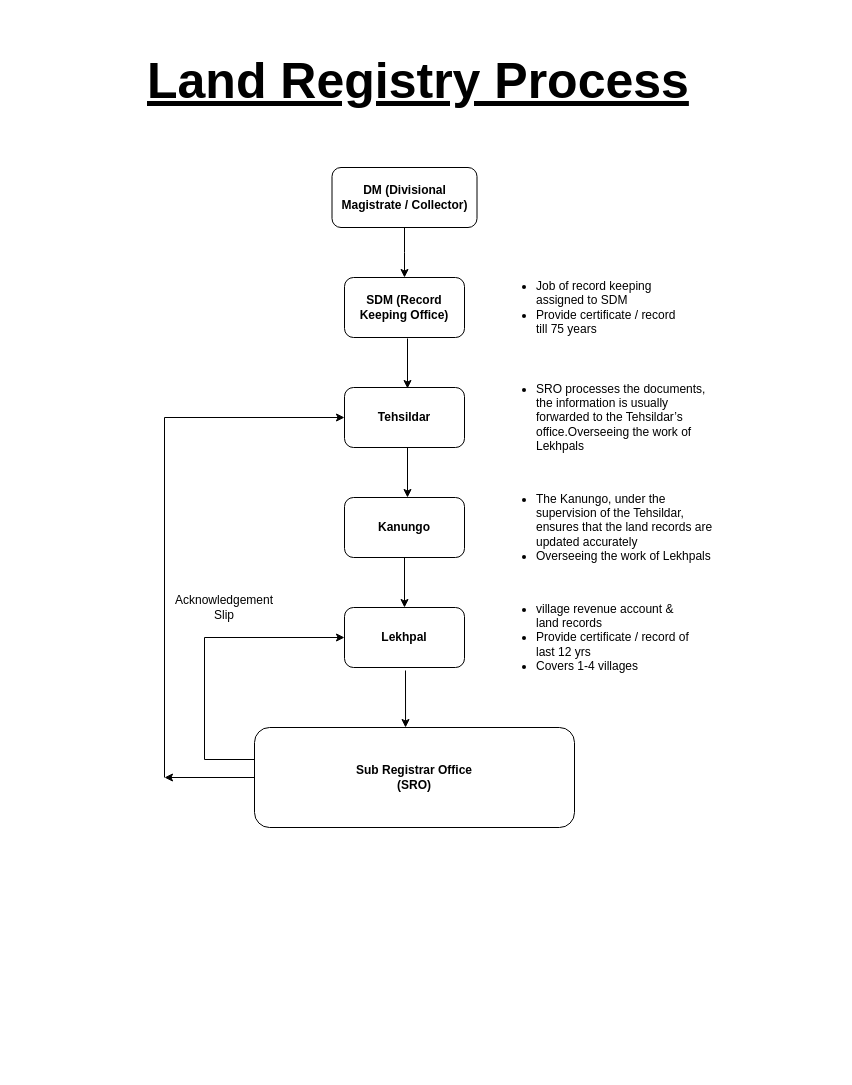
Above: page "Land Registry" (3 of 3) of Carbon Diagram.drawio in Kreeptonium/API_UsingNode (draw.io), before the change. Source tidied: cells renumbered, new cells numbered last; positions are measured from the earlier drawing's top-left corner, leaving out a move shared by most shapes. Both pictures are drawn from the tidied source at 100%, with x=0, y=0 at pixel (142, 27).
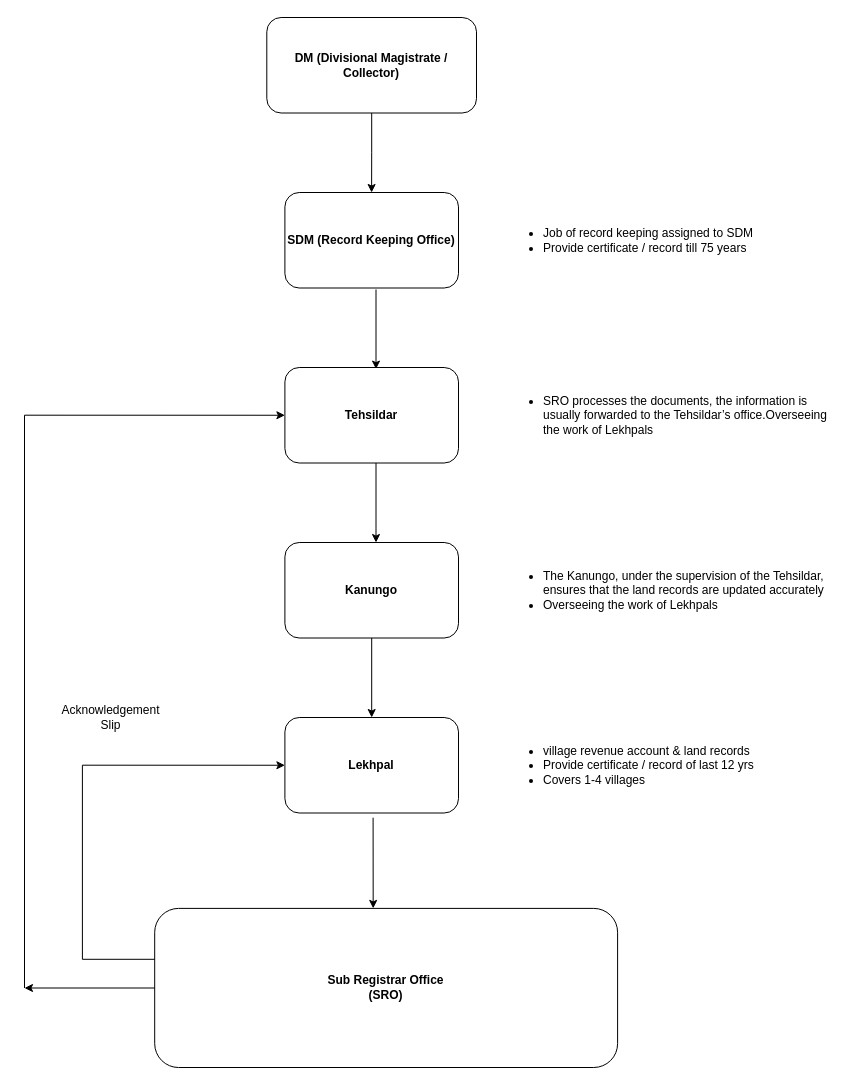
Above is the later version.

Diff of the diagram source:
```diff
@@
+    <mxCell id="22" style="group;" parent="1" vertex="1">
+      <mxGeometry x="-118" y="-10" width="810" height="1050" as="geometry" />
+    </mxCell>
-    <mxCell id="2" style="edgeStyle=orthogonalEdgeStyle;rounded=0;orthogonalLoop=1;jettySize=auto;html=1;" parent="1" edge="1">
+    <mxCell id="2" style="edgeStyle=orthogonalEdgeStyle;rounded=0;orthogonalLoop=1;jettySize=auto;html=1;" parent="22" edge="1">
       <mxGeometry relative="1" as="geometry">
-        <mxPoint x="265" y="420" as="sourcePoint" />
-        <mxPoint x="265" y="470" as="targetPoint" />
+        <mxPoint x="351.5" y="445.5" as="sourcePoint" />
+        <mxPoint x="351.5" y="525" as="targetPoint" />
       </mxGeometry>
     </mxCell>
-    <mxCell id="3" value="Tehsildar" style="rounded=1;whiteSpace=wrap;html=1;fontStyle=1;" parent="1" vertex="1">
-      <mxGeometry x="202" y="360" width="120" height="60" as="geometry" />
+    <mxCell id="3" value="Tehsildar" style="rounded=1;whiteSpace=wrap;html=1;fontStyle=1;" parent="22" vertex="1">
+      <mxGeometry x="260.4" y="350" width="173.6" height="95.5" as="geometry" />
     </mxCell>
-    <mxCell id="4" style="edgeStyle=orthogonalEdgeStyle;rounded=0;jettySize=auto;html=1;" parent="1" edge="1" source="5" target="12">
-      <mxGeometry relative="1" as="geometry" />
-    </mxCell>
-    <mxCell id="5" value="Kanungo" style="rounded=1;whiteSpace=wrap;html=1;fontStyle=1;" parent="1" vertex="1">
-      <mxGeometry x="202" y="470" width="120" height="60" as="geometry" />
+    <mxCell id="5" value="Kanungo" style="rounded=1;whiteSpace=wrap;html=1;fontStyle=1;" parent="22" vertex="1">
+      <mxGeometry x="260.4" y="525" width="173.6" height="95.5" as="geometry" />
     </mxCell>
-    <mxCell id="6" style="edgeStyle=orthogonalEdgeStyle;rounded=0;jettySize=auto;html=1;" parent="1" edge="1" source="7">
+    <mxCell id="6" style="edgeStyle=orthogonalEdgeStyle;rounded=0;jettySize=auto;html=1;" parent="22" edge="1" source="7">
       <mxGeometry relative="1" as="geometry">
-        <mxPoint x="262" y="250" as="targetPoint" />
+        <mxPoint x="347.1" y="175" as="targetPoint" />
       </mxGeometry>
     </mxCell>
-    <mxCell id="7" value="DM (Divisional Magistrate / Collector)" style="rounded=1;whiteSpace=wrap;html=1;fontStyle=1;" parent="1" vertex="1">
-      <mxGeometry x="189.5" y="140" width="145" height="60" as="geometry" />
+    <mxCell id="7" value="DM (Divisional Magistrate / Collector)" style="rounded=1;whiteSpace=wrap;html=1;fontStyle=1;" parent="22" vertex="1">
+      <mxGeometry x="242.3" width="209.7" height="95.5" as="geometry" />
     </mxCell>
-    <mxCell id="8" value="SDM (Record Keeping Office)" style="whiteSpace=wrap;html=1;rounded=1;fontStyle=1;" parent="1" vertex="1">
-      <mxGeometry x="202" y="250" width="120" height="60" as="geometry" />
+    <mxCell id="8" value="SDM (Record Keeping Office)" style="whiteSpace=wrap;html=1;rounded=1;fontStyle=1;" parent="22" vertex="1">
+      <mxGeometry x="260.4" y="175" width="173.6" height="95.5" as="geometry" />
     </mxCell>
-    <mxCell id="9" value="&lt;ul&gt;&lt;li&gt;Job of record keeping assigned to SDM&lt;/li&gt;&lt;li&gt;Provide certificate / record till 75 years&lt;/li&gt;&lt;/ul&gt;" style="text;html=1;strokeColor=none;fillColor=none;align=left;verticalAlign=middle;whiteSpace=wrap;rounded=0;" parent="1" vertex="1">
-      <mxGeometry x="352" y="265" width="190" height="30" as="geometry" />
+    <mxCell id="9" value="&lt;ul&gt;&lt;li&gt;Job of record keeping assigned to SDM&lt;/li&gt;&lt;li&gt;Provide certificate / record till 75 years&lt;/li&gt;&lt;/ul&gt;" style="text;html=1;strokeColor=none;fillColor=none;align=left;verticalAlign=middle;whiteSpace=wrap;rounded=0;" parent="22" vertex="1">
+      <mxGeometry x="477.3" y="198.9" width="274.8" height="47.7" as="geometry" />
     </mxCell>
-    <mxCell id="10" style="edgeStyle=orthogonalEdgeStyle;rounded=0;orthogonalLoop=1;jettySize=auto;html=1;" parent="1" edge="1">
+    <mxCell id="10" style="edgeStyle=orthogonalEdgeStyle;rounded=0;orthogonalLoop=1;jettySize=auto;html=1;" parent="22" edge="1">
       <mxGeometry relative="1" as="geometry">
-        <mxPoint x="265" y="311" as="sourcePoint" />
-        <mxPoint x="265" y="361" as="targetPoint" />
+        <mxPoint x="351.5" y="272" as="sourcePoint" />
+        <mxPoint x="351.5" y="351.6" as="targetPoint" />
       </mxGeometry>
     </mxCell>
-    <mxCell id="11" value="&lt;ul&gt;&lt;li&gt;village revenue account &amp;amp; land records&lt;br&gt;&lt;/li&gt;&lt;li&gt;Provide certificate / record of last 12 yrs&lt;/li&gt;&lt;li&gt;Covers 1-4 villages&lt;/li&gt;&lt;/ul&gt;" style="text;html=1;strokeColor=none;fillColor=none;align=left;verticalAlign=middle;whiteSpace=wrap;rounded=0;" parent="1" vertex="1">
-      <mxGeometry x="352" y="595" width="200" height="30" as="geometry" />
+    <mxCell id="11" value="&lt;ul&gt;&lt;li&gt;village revenue account &amp;amp; land records&lt;br&gt;&lt;/li&gt;&lt;li&gt;Provide certificate / record of last 12 yrs&lt;/li&gt;&lt;li&gt;Covers 1-4 villages&lt;/li&gt;&lt;/ul&gt;" style="text;html=1;strokeColor=none;fillColor=none;align=left;verticalAlign=middle;whiteSpace=wrap;rounded=0;" parent="22" vertex="1">
+      <mxGeometry x="477.3" y="723.9" width="289.3" height="47.7" as="geometry" />
     </mxCell>
-    <mxCell id="12" value="Lekhpal" style="whiteSpace=wrap;html=1;rounded=1;fontStyle=1;" parent="1" vertex="1">
-      <mxGeometry x="202" y="580" width="120" height="60" as="geometry" />
+    <mxCell id="12" value="Lekhpal" style="whiteSpace=wrap;html=1;rounded=1;fontStyle=1;" parent="22" vertex="1">
+      <mxGeometry x="260.4" y="700" width="173.6" height="95.5" as="geometry" />
     </mxCell>
+    <mxCell id="4" style="edgeStyle=orthogonalEdgeStyle;rounded=0;jettySize=auto;html=1;" parent="22" edge="1" source="5" target="12">
+      <mxGeometry relative="1" as="geometry" />
+    </mxCell>
-    <mxCell id="13" value="Sub Registrar Office&lt;br&gt;(SRO)" style="whiteSpace=wrap;html=1;rounded=1;fontStyle=1;" parent="1" vertex="1">
-      <mxGeometry x="112" y="700" width="320" height="100" as="geometry" />
+    <mxCell id="13" value="Sub Registrar Office&lt;br&gt;(SRO)" style="whiteSpace=wrap;html=1;rounded=1;fontStyle=1;" parent="22" vertex="1">
+      <mxGeometry x="130.2" y="890.9" width="462.9" height="159.1" as="geometry" />
     </mxCell>
-    <mxCell id="14" value="&lt;ul&gt;&lt;li&gt;The Kanungo, under the supervision of the Tehsildar, ensures that the land records are updated accurately&lt;br&gt;&lt;/li&gt;&lt;li&gt;Overseeing the work of Lekhpals&lt;/li&gt;&lt;/ul&gt;" style="text;html=1;strokeColor=none;fillColor=none;align=left;verticalAlign=middle;whiteSpace=wrap;rounded=0;" parent="1" vertex="1">
-      <mxGeometry x="352" y="440" width="230" height="120" as="geometry" />
+    <mxCell id="14" value="&lt;ul&gt;&lt;li&gt;The Kanungo, under the supervision of the Tehsildar, ensures that the land records are updated accurately&lt;br&gt;&lt;/li&gt;&lt;li&gt;Overseeing the work of Lekhpals&lt;/li&gt;&lt;/ul&gt;" style="text;html=1;strokeColor=none;fillColor=none;align=left;verticalAlign=middle;whiteSpace=wrap;rounded=0;" parent="22" vertex="1">
+      <mxGeometry x="477.3" y="477.3" width="332.7" height="190.9" as="geometry" />
     </mxCell>
-    <mxCell id="15" value="&lt;ul&gt;&lt;li&gt;SRO processes the documents, the information is usually forwarded to the Tehsildar’s office.Overseeing the work of Lekhpals&lt;br&gt;&lt;/li&gt;&lt;/ul&gt;" style="text;html=1;strokeColor=none;fillColor=none;align=left;verticalAlign=middle;whiteSpace=wrap;rounded=0;" parent="1" vertex="1">
-      <mxGeometry x="352" y="330" width="230" height="120" as="geometry" />
+    <mxCell id="15" value="&lt;ul&gt;&lt;li&gt;SRO processes the documents, the information is usually forwarded to the Tehsildar’s office.Overseeing the work of Lekhpals&lt;br&gt;&lt;/li&gt;&lt;/ul&gt;" style="text;html=1;strokeColor=none;fillColor=none;align=left;verticalAlign=middle;whiteSpace=wrap;rounded=0;" parent="22" vertex="1">
+      <mxGeometry x="477.3" y="302.3" width="332.7" height="190.9" as="geometry" />
     </mxCell>
-    <mxCell id="16" style="endArrow=classic;html=1;rounded=0;entryX=0.472;entryY=0;entryDx=0;entryDy=0;entryPerimeter=0;" parent="1" edge="1" target="13">
+    <mxCell id="16" style="endArrow=classic;html=1;rounded=0;entryX=0.472;entryY=0;entryDx=0;entryDy=0;entryPerimeter=0;" parent="22" edge="1" target="13">
       <mxGeometry relative="1" as="geometry">
-        <mxPoint x="263" y="643" as="sourcePoint" />
+        <mxPoint x="348.6" y="800.2" as="sourcePoint" />
       </mxGeometry>
     </mxCell>
-    <mxCell id="17" style="endArrow=classic;html=1;rounded=0;entryX=0;entryY=0.5;entryDx=0;entryDy=0;" parent="1" edge="1" target="3">
+    <mxCell id="17" style="endArrow=classic;html=1;rounded=0;entryX=0;entryY=0.5;entryDx=0;entryDy=0;" parent="22" edge="1" target="3">
       <mxGeometry relative="1" as="geometry">
-        <mxPoint x="22" y="750" as="sourcePoint" />
+        <mxPoint y="970.5" as="sourcePoint" />
         <Array as="points">
-          <mxPoint x="22" y="390" />
+          <mxPoint y="397.7" />
         </Array>
       </mxGeometry>
     </mxCell>
-    <mxCell id="18" style="endArrow=classic;html=1;rounded=0;" parent="1" edge="1">
+    <mxCell id="18" style="endArrow=classic;html=1;rounded=0;" parent="22" edge="1">
       <mxGeometry relative="1" as="geometry">
-        <mxPoint x="112" y="750" as="sourcePoint" />
-        <mxPoint x="22" y="750" as="targetPoint" />
+        <mxPoint x="130.2" y="970.5" as="sourcePoint" />
+        <mxPoint y="970.5" as="targetPoint" />
       </mxGeometry>
     </mxCell>
-    <mxCell id="19" style="endArrow=classic;html=1;rounded=0;entryX=0;entryY=0.5;entryDx=0;entryDy=0;" parent="1" edge="1" target="12">
+    <mxCell id="19" style="endArrow=classic;html=1;rounded=0;entryX=0;entryY=0.5;entryDx=0;entryDy=0;" parent="22" edge="1" target="12">
       <mxGeometry relative="1" as="geometry">
-        <mxPoint x="112" y="732" as="sourcePoint" />
+        <mxPoint x="130.2" y="941.8" as="sourcePoint" />
         <Array as="points">
-          <mxPoint x="62" y="732" />
-          <mxPoint x="62" y="610" />
+          <mxPoint x="57.9" y="941.8" />
+          <mxPoint x="57.9" y="747.7" />
         </Array>
       </mxGeometry>
     </mxCell>
-    <mxCell id="20" value="Acknowledgement Slip" style="text;html=1;strokeColor=none;fillColor=none;align=center;verticalAlign=middle;whiteSpace=wrap;rounded=0;" parent="1" vertex="1">
-      <mxGeometry x="52" y="565" width="60" height="30" as="geometry" />
+    <mxCell id="20" value="Acknowledgement Slip" style="text;html=1;strokeColor=none;fillColor=none;align=center;verticalAlign=middle;whiteSpace=wrap;rounded=0;" parent="22" vertex="1">
+      <mxGeometry x="43.4" y="676.1" width="86.8" height="47.7" as="geometry" />
     </mxCell>
-    <mxCell id="21" value="&lt;h1 style=&quot;font-size: 50px;&quot;&gt;Land Registry Process&lt;/h1&gt;" style="text;html=1;strokeColor=none;fillColor=none;spacing=5;spacingTop=-20;whiteSpace=wrap;overflow=hidden;rounded=0;fontSize=50;fontStyle=4;" parent="1" vertex="1">
-      <mxGeometry x="-0.5" width="552.5" height="120" as="geometry" />
-    </mxCell>
```
